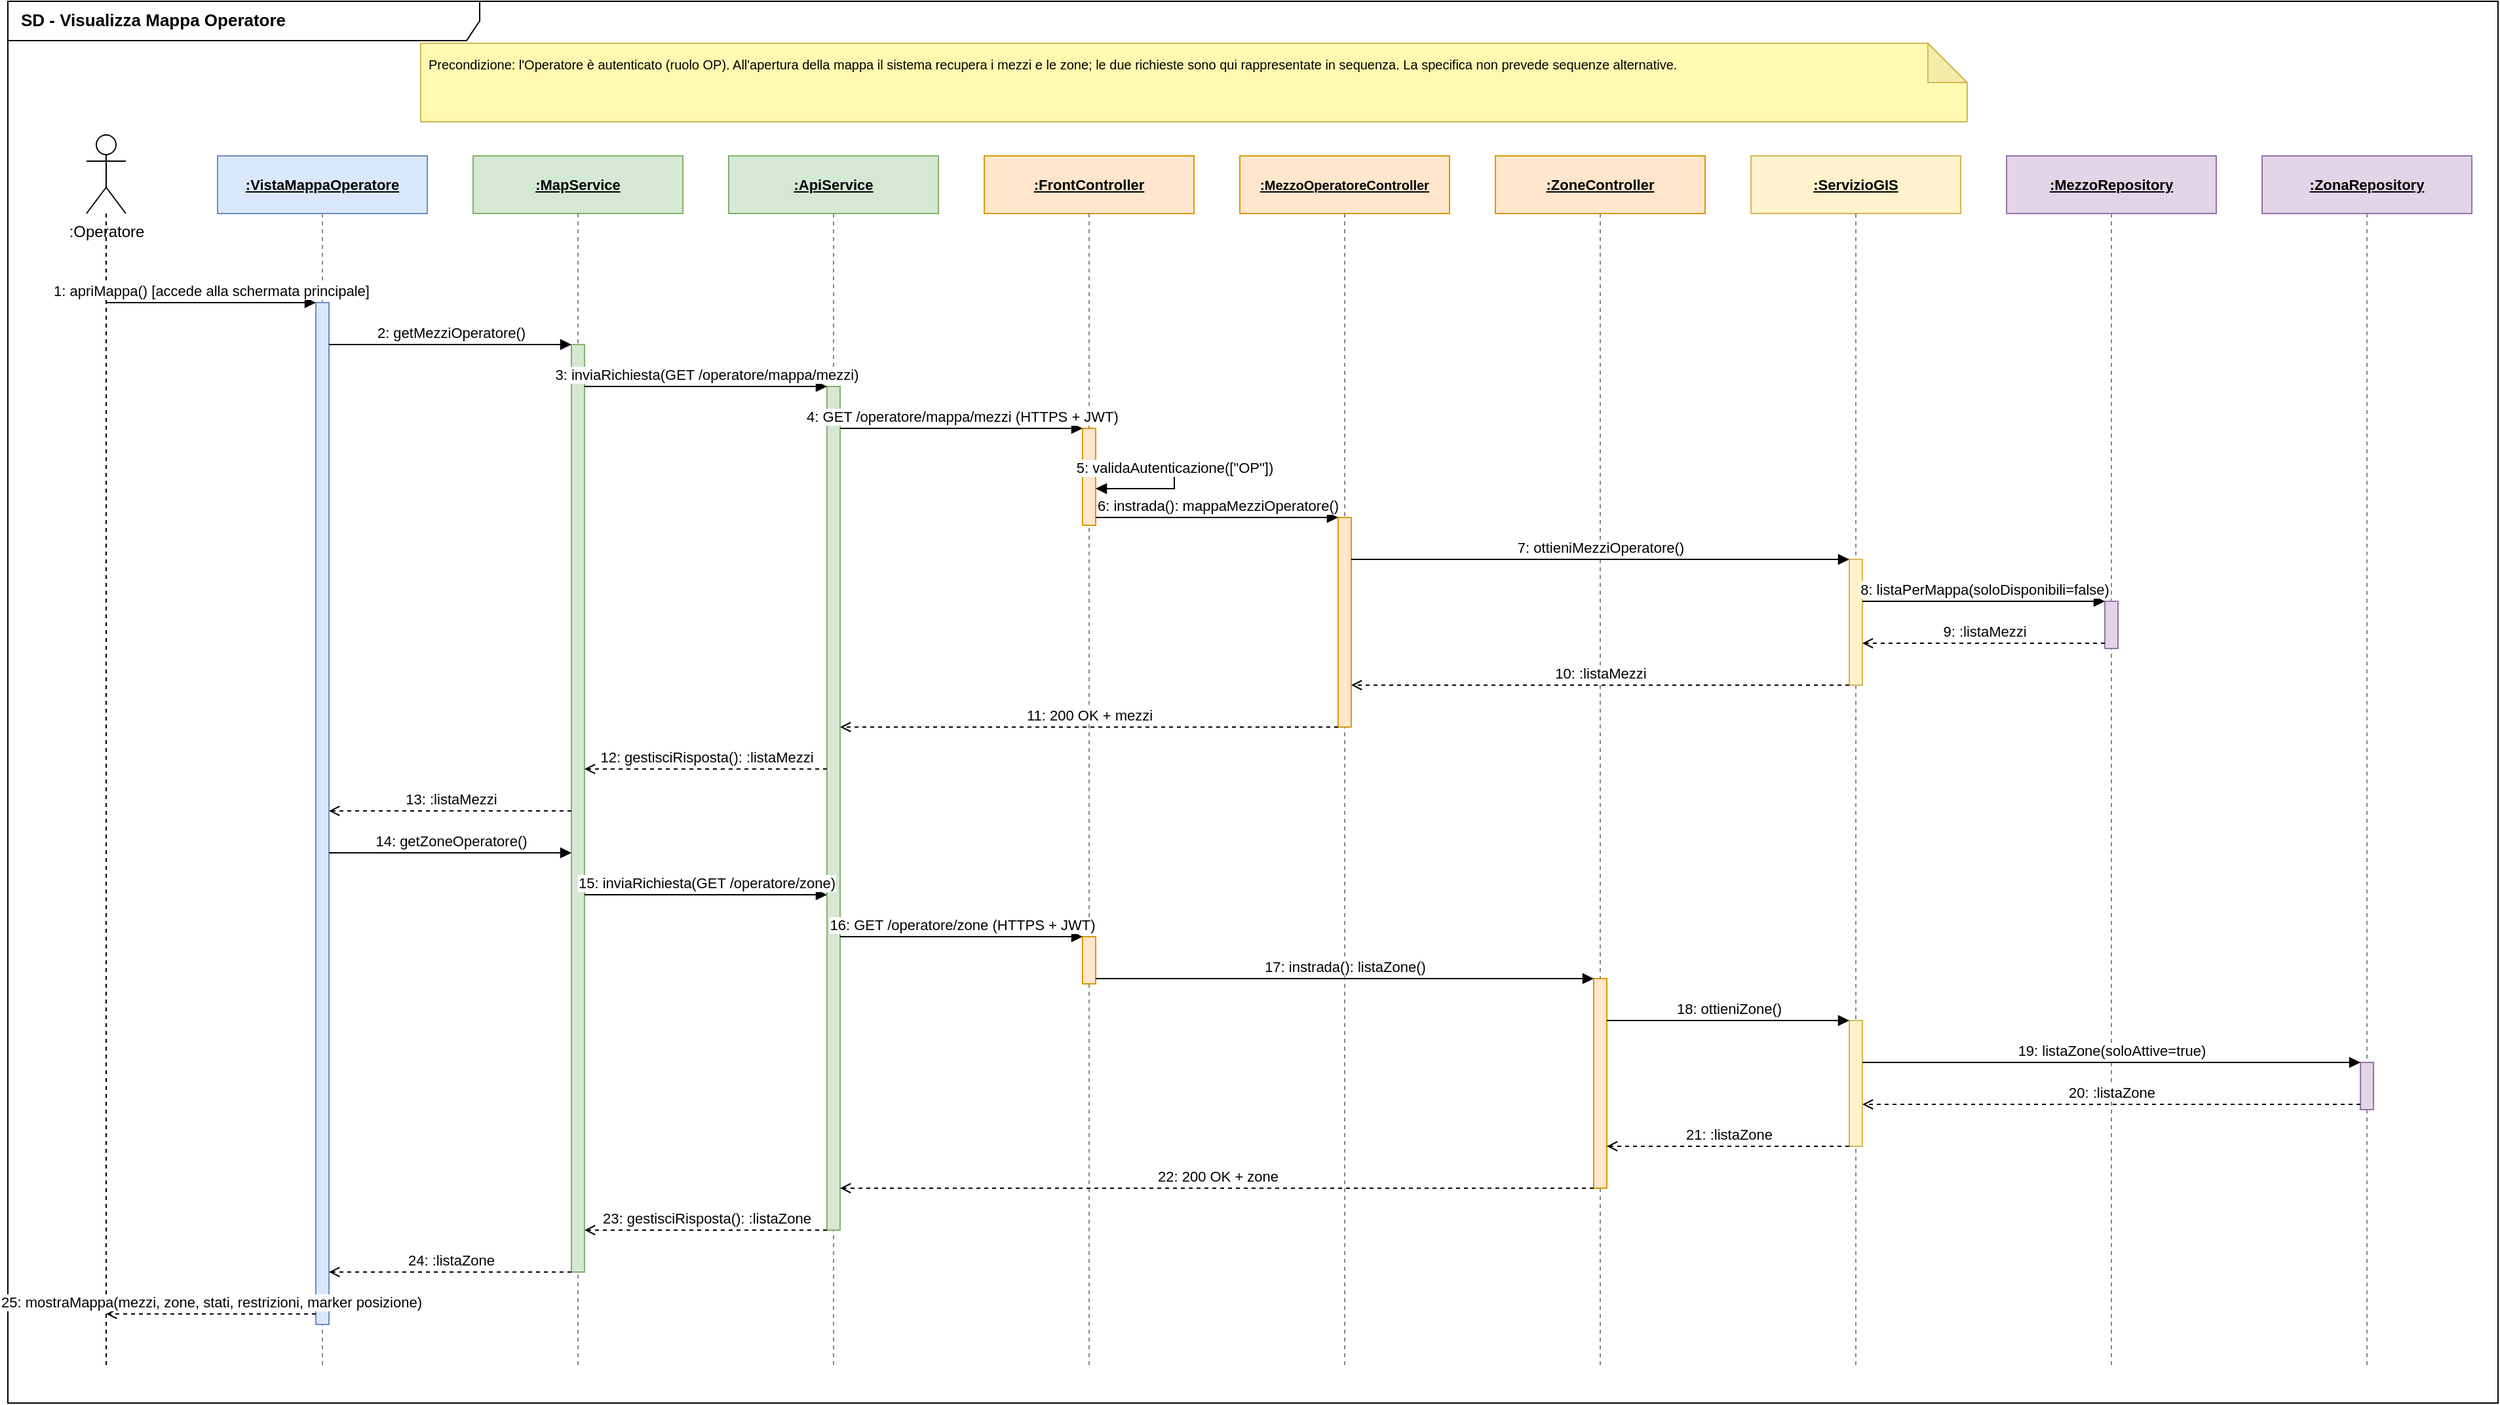
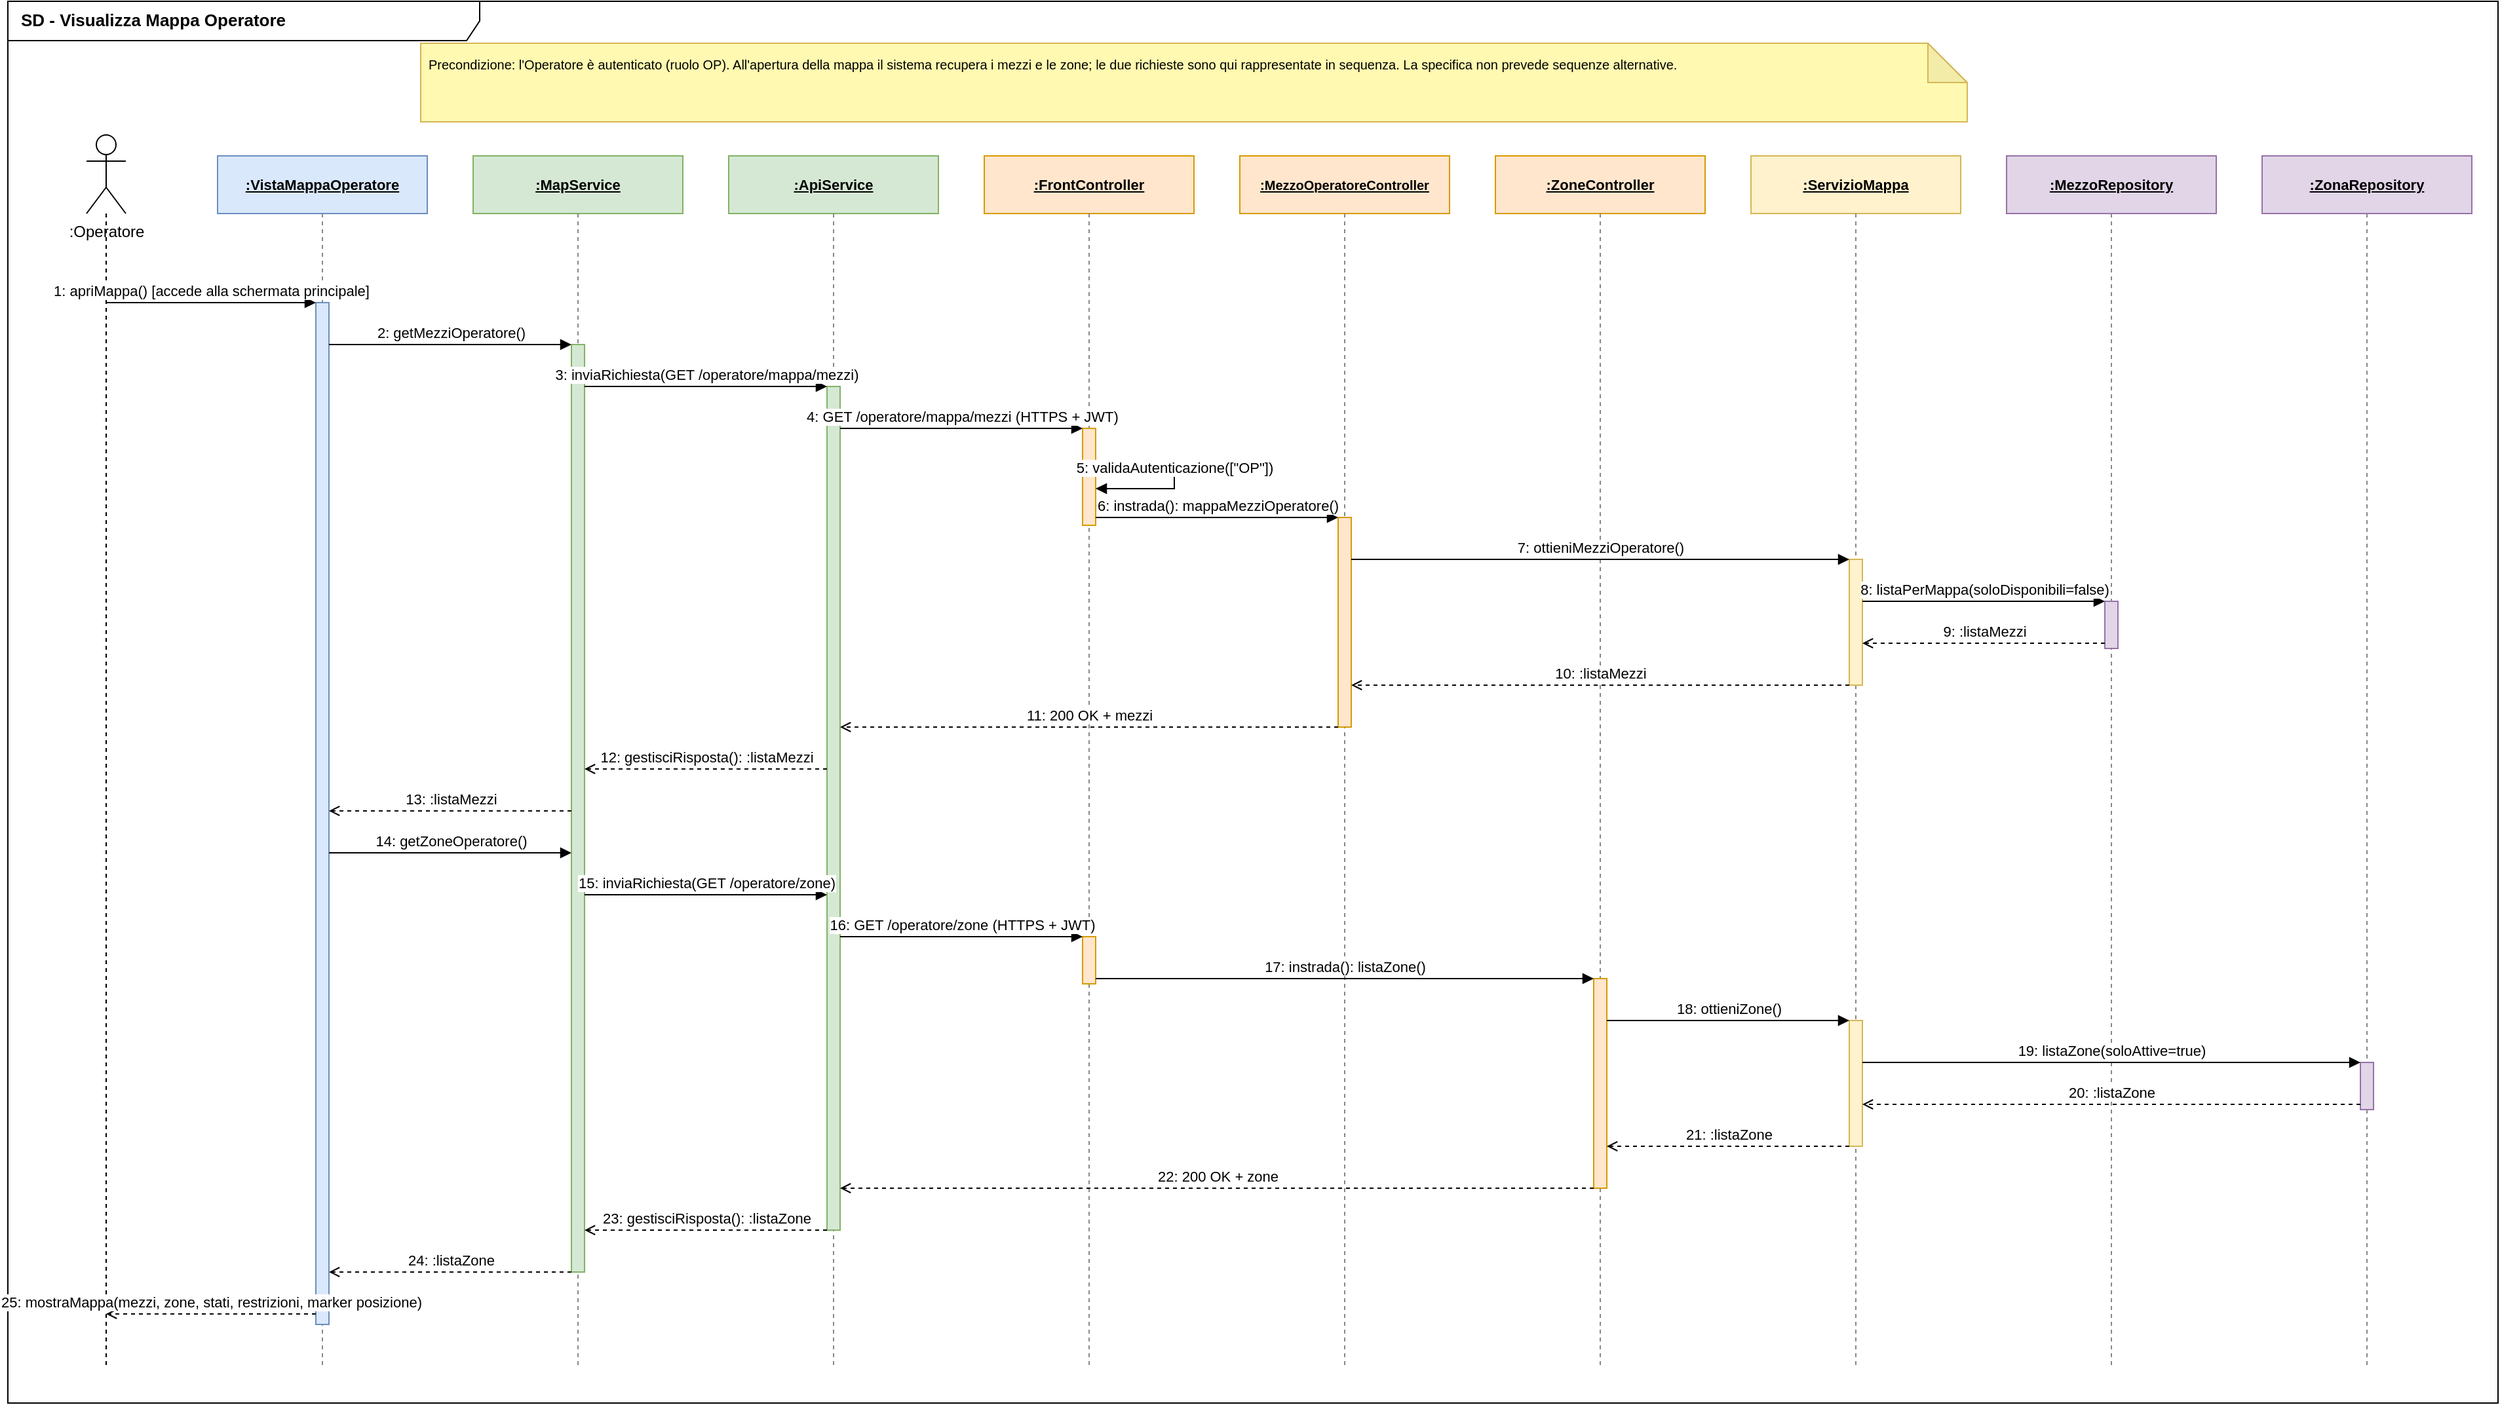
<mxfile host="65bd71144e">
    <diagram name="SD - Visualizza Mappa Operatore" id="visualizza-mappa-operatore-op01">
        <mxGraphModel dx="1422" dy="800" grid="1" gridSize="10" guides="1" tooltips="1" connect="1" arrows="1" fold="1" page="1" pageScale="1" pageWidth="1654" pageHeight="1169" background="#FFFFFF" math="0" shadow="0">
            <root>
                <mxCell id="0"/>
                <mxCell id="1" parent="0"/>
                <mxCell id="frame" value="SD - Visualizza Mappa Operatore" style="shape=umlFrame;whiteSpace=wrap;html=1;fontSize=13;fontStyle=1;align=left;spacingLeft=8;verticalAlign=top;width=360;height=30;" vertex="1" parent="1">
                    <mxGeometry x="45" y="80" width="1900" height="1070" as="geometry"/>
                </mxCell>
                <mxCell id="note" value="Precondizione: l'Operatore è autenticato (ruolo OP). All'apertura della mappa il sistema recupera i mezzi e le zone; le due richieste sono qui rappresentate in sequenza. La specifica non prevede sequenze alternative." style="shape=note;whiteSpace=wrap;html=1;backgroundOutline=1;darkOpacity=0.05;fillColor=#FFF9B1;strokeColor=#d6b656;fontSize=10;align=left;verticalAlign=top;spacing=6;" vertex="1" parent="1">
                    <mxGeometry x="360" y="112" width="1180" height="60" as="geometry"/>
                </mxCell>
                <!-- ================= LIFELINES ================= -->
                <mxCell id="ll-actor-h" value=":Operatore" style="shape=umlActor;verticalLabelPosition=bottom;verticalAlign=top;html=1;outlineConnect=0;" vertex="1" parent="1">
                    <mxGeometry x="105" y="182" width="30" height="60" as="geometry"/>
                </mxCell>
                <mxCell id="ll-actor" value="" style="endArrow=none;dashed=1;html=1;strokeColor=#000000;" edge="1" parent="1">
                    <mxGeometry relative="1" as="geometry">
                        <mxPoint x="120" y="242" as="sourcePoint"/>
                        <mxPoint x="120" y="1124" as="targetPoint"/>
                    </mxGeometry>
                </mxCell>
                <mxCell id="ll-view-h" value="&lt;b&gt;&lt;u&gt;:VistaMappaOperatore&lt;/u&gt;&lt;/b&gt;" style="rounded=0;whiteSpace=wrap;html=1;fillColor=#dae8fc;strokeColor=#6c8ebf;fontSize=11;" vertex="1" parent="1">
                    <mxGeometry x="205" y="198" width="160" height="44" as="geometry"/>
                </mxCell>
                <mxCell id="ll-view" value="" style="endArrow=none;dashed=1;html=1;strokeColor=#888888;" edge="1" parent="1">
                    <mxGeometry relative="1" as="geometry">
                        <mxPoint x="285" y="242" as="sourcePoint"/>
                        <mxPoint x="285" y="1124" as="targetPoint"/>
                    </mxGeometry>
                </mxCell>
                <mxCell id="ll-ms-h" value="&lt;b&gt;&lt;u&gt;:MapService&lt;/u&gt;&lt;/b&gt;" style="rounded=0;whiteSpace=wrap;html=1;fillColor=#d5e8d4;strokeColor=#82b366;fontSize=11;" vertex="1" parent="1">
                    <mxGeometry x="400" y="198" width="160" height="44" as="geometry"/>
                </mxCell>
                <mxCell id="ll-ms" value="" style="endArrow=none;dashed=1;html=1;strokeColor=#888888;" edge="1" parent="1">
                    <mxGeometry relative="1" as="geometry">
                        <mxPoint x="480" y="242" as="sourcePoint"/>
                        <mxPoint x="480" y="1124" as="targetPoint"/>
                    </mxGeometry>
                </mxCell>
                <mxCell id="ll-api-h" value="&lt;b&gt;&lt;u&gt;:ApiService&lt;/u&gt;&lt;/b&gt;" style="rounded=0;whiteSpace=wrap;html=1;fillColor=#d5e8d4;strokeColor=#82b366;fontSize=11;" vertex="1" parent="1">
                    <mxGeometry x="595" y="198" width="160" height="44" as="geometry"/>
                </mxCell>
                <mxCell id="ll-api" value="" style="endArrow=none;dashed=1;html=1;strokeColor=#888888;" edge="1" parent="1">
                    <mxGeometry relative="1" as="geometry">
                        <mxPoint x="675" y="242" as="sourcePoint"/>
                        <mxPoint x="675" y="1124" as="targetPoint"/>
                    </mxGeometry>
                </mxCell>
                <mxCell id="ll-fc-h" value="&lt;b&gt;&lt;u&gt;:FrontController&lt;/u&gt;&lt;/b&gt;" style="rounded=0;whiteSpace=wrap;html=1;fillColor=#ffe6cc;strokeColor=#d79b00;fontSize=11;" vertex="1" parent="1">
                    <mxGeometry x="790" y="198" width="160" height="44" as="geometry"/>
                </mxCell>
                <mxCell id="ll-fc" value="" style="endArrow=none;dashed=1;html=1;strokeColor=#888888;" edge="1" parent="1">
                    <mxGeometry relative="1" as="geometry">
                        <mxPoint x="870" y="242" as="sourcePoint"/>
                        <mxPoint x="870" y="1124" as="targetPoint"/>
                    </mxGeometry>
                </mxCell>
                <mxCell id="ll-moc-h" value="&lt;b&gt;&lt;u&gt;:MezzoOperatoreController&lt;/u&gt;&lt;/b&gt;" style="rounded=0;whiteSpace=wrap;html=1;fillColor=#ffe6cc;strokeColor=#d79b00;fontSize=10;" vertex="1" parent="1">
                    <mxGeometry x="985" y="198" width="160" height="44" as="geometry"/>
                </mxCell>
                <mxCell id="ll-moc" value="" style="endArrow=none;dashed=1;html=1;strokeColor=#888888;" edge="1" parent="1">
                    <mxGeometry relative="1" as="geometry">
                        <mxPoint x="1065" y="242" as="sourcePoint"/>
                        <mxPoint x="1065" y="1124" as="targetPoint"/>
                    </mxGeometry>
                </mxCell>
                <mxCell id="ll-zc-h" value="&lt;b&gt;&lt;u&gt;:ZoneController&lt;/u&gt;&lt;/b&gt;" style="rounded=0;whiteSpace=wrap;html=1;fillColor=#ffe6cc;strokeColor=#d79b00;fontSize=11;" vertex="1" parent="1">
                    <mxGeometry x="1180" y="198" width="160" height="44" as="geometry"/>
                </mxCell>
                <mxCell id="ll-zc" value="" style="endArrow=none;dashed=1;html=1;strokeColor=#888888;" edge="1" parent="1">
                    <mxGeometry relative="1" as="geometry">
                        <mxPoint x="1260" y="242" as="sourcePoint"/>
                        <mxPoint x="1260" y="1124" as="targetPoint"/>
                    </mxGeometry>
                </mxCell>
-                 <mxCell id="ll-gis-h" value="&lt;b&gt;&lt;u&gt;:ServizioGIS&lt;/u&gt;&lt;/b&gt;" style="rounded=0;whiteSpace=wrap;html=1;fillColor=#fff2cc;strokeColor=#d6b656;fontSize=11;" vertex="1" parent="1">
+                 <mxCell id="ll-gis-h" value="&lt;b&gt;&lt;u&gt;:ServizioMappa&lt;/u&gt;&lt;/b&gt;" style="rounded=0;whiteSpace=wrap;html=1;fillColor=#fff2cc;strokeColor=#d6b656;fontSize=11;" vertex="1" parent="1">
                    <mxGeometry x="1375" y="198" width="160" height="44" as="geometry"/>
                </mxCell>
                <mxCell id="ll-gis" value="" style="endArrow=none;dashed=1;html=1;strokeColor=#888888;" edge="1" parent="1">
                    <mxGeometry relative="1" as="geometry">
                        <mxPoint x="1455" y="242" as="sourcePoint"/>
                        <mxPoint x="1455" y="1124" as="targetPoint"/>
                    </mxGeometry>
                </mxCell>
                <mxCell id="ll-mr-h" value="&lt;b&gt;&lt;u&gt;:MezzoRepository&lt;/u&gt;&lt;/b&gt;" style="rounded=0;whiteSpace=wrap;html=1;fillColor=#e1d5e7;strokeColor=#9673a6;fontSize=11;" vertex="1" parent="1">
                    <mxGeometry x="1570" y="198" width="160" height="44" as="geometry"/>
                </mxCell>
                <mxCell id="ll-mr" value="" style="endArrow=none;dashed=1;html=1;strokeColor=#888888;" edge="1" parent="1">
                    <mxGeometry relative="1" as="geometry">
                        <mxPoint x="1650" y="242" as="sourcePoint"/>
                        <mxPoint x="1650" y="1124" as="targetPoint"/>
                    </mxGeometry>
                </mxCell>
                <mxCell id="ll-zr-h" value="&lt;b&gt;&lt;u&gt;:ZonaRepository&lt;/u&gt;&lt;/b&gt;" style="rounded=0;whiteSpace=wrap;html=1;fillColor=#e1d5e7;strokeColor=#9673a6;fontSize=11;" vertex="1" parent="1">
                    <mxGeometry x="1765" y="198" width="160" height="44" as="geometry"/>
                </mxCell>
                <mxCell id="ll-zr" value="" style="endArrow=none;dashed=1;html=1;strokeColor=#888888;" edge="1" parent="1">
                    <mxGeometry relative="1" as="geometry">
                        <mxPoint x="1845" y="242" as="sourcePoint"/>
                        <mxPoint x="1845" y="1124" as="targetPoint"/>
                    </mxGeometry>
                </mxCell>
                <!-- ================= ACTIVATION BARS ================= -->
                <mxCell id="act-view" value="" style="html=1;points=[];perimeter=mxPerimeter.rectanglePerimeter;fillColor=#dae8fc;strokeColor=#6c8ebf;" vertex="1" parent="1">
                    <mxGeometry x="280" y="310" width="10" height="780" as="geometry"/>
                </mxCell>
                <mxCell id="act-ms" value="" style="html=1;points=[];perimeter=mxPerimeter.rectanglePerimeter;fillColor=#d5e8d4;strokeColor=#82b366;" vertex="1" parent="1">
                    <mxGeometry x="475" y="342" width="10" height="708" as="geometry"/>
                </mxCell>
                <mxCell id="act-api" value="" style="html=1;points=[];perimeter=mxPerimeter.rectanglePerimeter;fillColor=#d5e8d4;strokeColor=#82b366;" vertex="1" parent="1">
                    <mxGeometry x="670" y="374" width="10" height="644" as="geometry"/>
                </mxCell>
                <mxCell id="act-fc1" value="" style="html=1;points=[];perimeter=mxPerimeter.rectanglePerimeter;fillColor=#ffe6cc;strokeColor=#d79b00;" vertex="1" parent="1">
                    <mxGeometry x="865" y="406" width="10" height="74" as="geometry"/>
                </mxCell>
                <mxCell id="act-fc2" value="" style="html=1;points=[];perimeter=mxPerimeter.rectanglePerimeter;fillColor=#ffe6cc;strokeColor=#d79b00;" vertex="1" parent="1">
                    <mxGeometry x="865" y="794" width="10" height="36" as="geometry"/>
                </mxCell>
                <mxCell id="act-moc" value="" style="html=1;points=[];perimeter=mxPerimeter.rectanglePerimeter;fillColor=#ffe6cc;strokeColor=#d79b00;" vertex="1" parent="1">
                    <mxGeometry x="1060" y="474" width="10" height="160" as="geometry"/>
                </mxCell>
                <mxCell id="act-zc" value="" style="html=1;points=[];perimeter=mxPerimeter.rectanglePerimeter;fillColor=#ffe6cc;strokeColor=#d79b00;" vertex="1" parent="1">
                    <mxGeometry x="1255" y="826" width="10" height="160" as="geometry"/>
                </mxCell>
                <mxCell id="act-gis1" value="" style="html=1;points=[];perimeter=mxPerimeter.rectanglePerimeter;fillColor=#fff2cc;strokeColor=#d6b656;" vertex="1" parent="1">
                    <mxGeometry x="1450" y="506" width="10" height="96" as="geometry"/>
                </mxCell>
                <mxCell id="act-gis2" value="" style="html=1;points=[];perimeter=mxPerimeter.rectanglePerimeter;fillColor=#fff2cc;strokeColor=#d6b656;" vertex="1" parent="1">
                    <mxGeometry x="1450" y="858" width="10" height="96" as="geometry"/>
                </mxCell>
                <mxCell id="act-mr" value="" style="html=1;points=[];perimeter=mxPerimeter.rectanglePerimeter;fillColor=#e1d5e7;strokeColor=#9673a6;" vertex="1" parent="1">
                    <mxGeometry x="1645" y="538" width="10" height="36" as="geometry"/>
                </mxCell>
                <mxCell id="act-zr" value="" style="html=1;points=[];perimeter=mxPerimeter.rectanglePerimeter;fillColor=#e1d5e7;strokeColor=#9673a6;" vertex="1" parent="1">
                    <mxGeometry x="1840" y="890" width="10" height="36" as="geometry"/>
                </mxCell>
                <!-- ================= MESSAGES: richiesta mezzi ================= -->
                <mxCell id="m1" value="1: apriMappa() [accede alla schermata principale]" style="html=1;verticalAlign=bottom;endArrow=block;endFill=1;fontSize=11;" edge="1" parent="1">
                    <mxGeometry relative="1" as="geometry">
                        <mxPoint x="120" y="310" as="sourcePoint"/>
                        <mxPoint x="280" y="310" as="targetPoint"/>
                    </mxGeometry>
                </mxCell>
                <mxCell id="m2" value="2: getMezziOperatore()" style="html=1;verticalAlign=bottom;endArrow=block;endFill=1;fontSize=11;" edge="1" parent="1">
                    <mxGeometry relative="1" as="geometry">
                        <mxPoint x="290" y="342" as="sourcePoint"/>
                        <mxPoint x="475" y="342" as="targetPoint"/>
                    </mxGeometry>
                </mxCell>
                <mxCell id="m3" value="3: inviaRichiesta(GET /operatore/mappa/mezzi)" style="html=1;verticalAlign=bottom;endArrow=block;endFill=1;fontSize=11;" edge="1" parent="1">
                    <mxGeometry relative="1" as="geometry">
                        <mxPoint x="485" y="374" as="sourcePoint"/>
                        <mxPoint x="670" y="374" as="targetPoint"/>
                    </mxGeometry>
                </mxCell>
                <mxCell id="m4" value="4: GET /operatore/mappa/mezzi  (HTTPS + JWT)" style="html=1;verticalAlign=bottom;endArrow=block;endFill=1;fontSize=11;" edge="1" parent="1">
                    <mxGeometry relative="1" as="geometry">
                        <mxPoint x="680" y="406" as="sourcePoint"/>
                        <mxPoint x="865" y="406" as="targetPoint"/>
                    </mxGeometry>
                </mxCell>
                <mxCell id="m5" value="5: validaAutenticazione([&quot;OP&quot;])" style="html=1;verticalAlign=bottom;endArrow=block;endFill=1;fontSize=11;rounded=0;" edge="1" parent="1">
                    <mxGeometry relative="1" as="geometry">
                        <Array as="points">
                            <mxPoint x="935" y="438"/>
                            <mxPoint x="935" y="452"/>
                        </Array>
                        <mxPoint x="875" y="438" as="sourcePoint"/>
                        <mxPoint x="875" y="452" as="targetPoint"/>
                    </mxGeometry>
                </mxCell>
                <mxCell id="m6" value="6: instrada(): mappaMezziOperatore()" style="html=1;verticalAlign=bottom;endArrow=block;endFill=1;fontSize=11;" edge="1" parent="1">
                    <mxGeometry relative="1" as="geometry">
                        <mxPoint x="875" y="474" as="sourcePoint"/>
                        <mxPoint x="1060" y="474" as="targetPoint"/>
                    </mxGeometry>
                </mxCell>
                <mxCell id="m7" value="7: ottieniMezziOperatore()" style="html=1;verticalAlign=bottom;endArrow=block;endFill=1;fontSize=11;" edge="1" parent="1">
                    <mxGeometry relative="1" as="geometry">
                        <mxPoint x="1070" y="506" as="sourcePoint"/>
                        <mxPoint x="1450" y="506" as="targetPoint"/>
                    </mxGeometry>
                </mxCell>
                <mxCell id="m8" value="8: listaPerMappa(soloDisponibili=false)" style="html=1;verticalAlign=bottom;endArrow=block;endFill=1;fontSize=11;" edge="1" parent="1">
                    <mxGeometry relative="1" as="geometry">
                        <mxPoint x="1460" y="538" as="sourcePoint"/>
                        <mxPoint x="1645" y="538" as="targetPoint"/>
                    </mxGeometry>
                </mxCell>
                <mxCell id="m9" value="9: :listaMezzi" style="html=1;verticalAlign=bottom;dashed=1;endArrow=open;endFill=0;fontSize=11;" edge="1" parent="1">
                    <mxGeometry relative="1" as="geometry">
                        <mxPoint x="1645" y="570" as="sourcePoint"/>
                        <mxPoint x="1460" y="570" as="targetPoint"/>
                    </mxGeometry>
                </mxCell>
                <mxCell id="m10" value="10: :listaMezzi" style="html=1;verticalAlign=bottom;dashed=1;endArrow=open;endFill=0;fontSize=11;" edge="1" parent="1">
                    <mxGeometry relative="1" as="geometry">
                        <mxPoint x="1450" y="602" as="sourcePoint"/>
                        <mxPoint x="1070" y="602" as="targetPoint"/>
                    </mxGeometry>
                </mxCell>
                <mxCell id="m11" value="11: 200 OK + mezzi" style="html=1;verticalAlign=bottom;dashed=1;endArrow=open;endFill=0;fontSize=11;" edge="1" parent="1">
                    <mxGeometry relative="1" as="geometry">
                        <mxPoint x="1060" y="634" as="sourcePoint"/>
                        <mxPoint x="680" y="634" as="targetPoint"/>
                    </mxGeometry>
                </mxCell>
                <mxCell id="m12" value="12: gestisciRisposta(): :listaMezzi" style="html=1;verticalAlign=bottom;dashed=1;endArrow=open;endFill=0;fontSize=11;" edge="1" parent="1">
                    <mxGeometry relative="1" as="geometry">
                        <mxPoint x="670" y="666" as="sourcePoint"/>
                        <mxPoint x="485" y="666" as="targetPoint"/>
                    </mxGeometry>
                </mxCell>
                <mxCell id="m13" value="13: :listaMezzi" style="html=1;verticalAlign=bottom;dashed=1;endArrow=open;endFill=0;fontSize=11;" edge="1" parent="1">
                    <mxGeometry relative="1" as="geometry">
                        <mxPoint x="475" y="698" as="sourcePoint"/>
                        <mxPoint x="290" y="698" as="targetPoint"/>
                    </mxGeometry>
                </mxCell>
                <!-- ================= MESSAGES: richiesta zone ================= -->
                <mxCell id="m14" value="14: getZoneOperatore()" style="html=1;verticalAlign=bottom;endArrow=block;endFill=1;fontSize=11;" edge="1" parent="1">
                    <mxGeometry relative="1" as="geometry">
                        <mxPoint x="290" y="730" as="sourcePoint"/>
                        <mxPoint x="475" y="730" as="targetPoint"/>
                    </mxGeometry>
                </mxCell>
                <mxCell id="m15" value="15: inviaRichiesta(GET /operatore/zone)" style="html=1;verticalAlign=bottom;endArrow=block;endFill=1;fontSize=11;" edge="1" parent="1">
                    <mxGeometry relative="1" as="geometry">
                        <mxPoint x="485" y="762" as="sourcePoint"/>
                        <mxPoint x="670" y="762" as="targetPoint"/>
                    </mxGeometry>
                </mxCell>
                <mxCell id="m16" value="16: GET /operatore/zone  (HTTPS + JWT)" style="html=1;verticalAlign=bottom;endArrow=block;endFill=1;fontSize=11;" edge="1" parent="1">
                    <mxGeometry relative="1" as="geometry">
                        <mxPoint x="680" y="794" as="sourcePoint"/>
                        <mxPoint x="865" y="794" as="targetPoint"/>
                    </mxGeometry>
                </mxCell>
                <mxCell id="m17" value="17: instrada(): listaZone()" style="html=1;verticalAlign=bottom;endArrow=block;endFill=1;fontSize=11;" edge="1" parent="1">
                    <mxGeometry relative="1" as="geometry">
                        <mxPoint x="875" y="826" as="sourcePoint"/>
                        <mxPoint x="1255" y="826" as="targetPoint"/>
                    </mxGeometry>
                </mxCell>
                <mxCell id="m18" value="18: ottieniZone()" style="html=1;verticalAlign=bottom;endArrow=block;endFill=1;fontSize=11;" edge="1" parent="1">
                    <mxGeometry relative="1" as="geometry">
                        <mxPoint x="1265" y="858" as="sourcePoint"/>
                        <mxPoint x="1450" y="858" as="targetPoint"/>
                    </mxGeometry>
                </mxCell>
                <mxCell id="m19" value="19: listaZone(soloAttive=true)" style="html=1;verticalAlign=bottom;endArrow=block;endFill=1;fontSize=11;" edge="1" parent="1">
                    <mxGeometry relative="1" as="geometry">
                        <mxPoint x="1460" y="890" as="sourcePoint"/>
                        <mxPoint x="1840" y="890" as="targetPoint"/>
                    </mxGeometry>
                </mxCell>
                <mxCell id="m20" value="20: :listaZone" style="html=1;verticalAlign=bottom;dashed=1;endArrow=open;endFill=0;fontSize=11;" edge="1" parent="1">
                    <mxGeometry relative="1" as="geometry">
                        <mxPoint x="1840" y="922" as="sourcePoint"/>
                        <mxPoint x="1460" y="922" as="targetPoint"/>
                    </mxGeometry>
                </mxCell>
                <mxCell id="m21" value="21: :listaZone" style="html=1;verticalAlign=bottom;dashed=1;endArrow=open;endFill=0;fontSize=11;" edge="1" parent="1">
                    <mxGeometry relative="1" as="geometry">
                        <mxPoint x="1450" y="954" as="sourcePoint"/>
                        <mxPoint x="1265" y="954" as="targetPoint"/>
                    </mxGeometry>
                </mxCell>
                <mxCell id="m22" value="22: 200 OK + zone" style="html=1;verticalAlign=bottom;dashed=1;endArrow=open;endFill=0;fontSize=11;" edge="1" parent="1">
                    <mxGeometry relative="1" as="geometry">
                        <mxPoint x="1255" y="986" as="sourcePoint"/>
                        <mxPoint x="680" y="986" as="targetPoint"/>
                    </mxGeometry>
                </mxCell>
                <mxCell id="m23" value="23: gestisciRisposta(): :listaZone" style="html=1;verticalAlign=bottom;dashed=1;endArrow=open;endFill=0;fontSize=11;" edge="1" parent="1">
                    <mxGeometry relative="1" as="geometry">
                        <mxPoint x="670" y="1018" as="sourcePoint"/>
                        <mxPoint x="485" y="1018" as="targetPoint"/>
                    </mxGeometry>
                </mxCell>
                <mxCell id="m24" value="24: :listaZone" style="html=1;verticalAlign=bottom;dashed=1;endArrow=open;endFill=0;fontSize=11;" edge="1" parent="1">
                    <mxGeometry relative="1" as="geometry">
                        <mxPoint x="475" y="1050" as="sourcePoint"/>
                        <mxPoint x="290" y="1050" as="targetPoint"/>
                    </mxGeometry>
                </mxCell>
                <mxCell id="m25" value="25: mostraMappa(mezzi, zone, stati, restrizioni, marker posizione)" style="html=1;verticalAlign=bottom;dashed=1;endArrow=open;endFill=0;fontSize=11;" edge="1" parent="1">
                    <mxGeometry relative="1" as="geometry">
                        <mxPoint x="280" y="1082" as="sourcePoint"/>
                        <mxPoint x="120" y="1082" as="targetPoint"/>
                    </mxGeometry>
                </mxCell>
            </root>
        </mxGraphModel>
    </diagram>
</mxfile>
